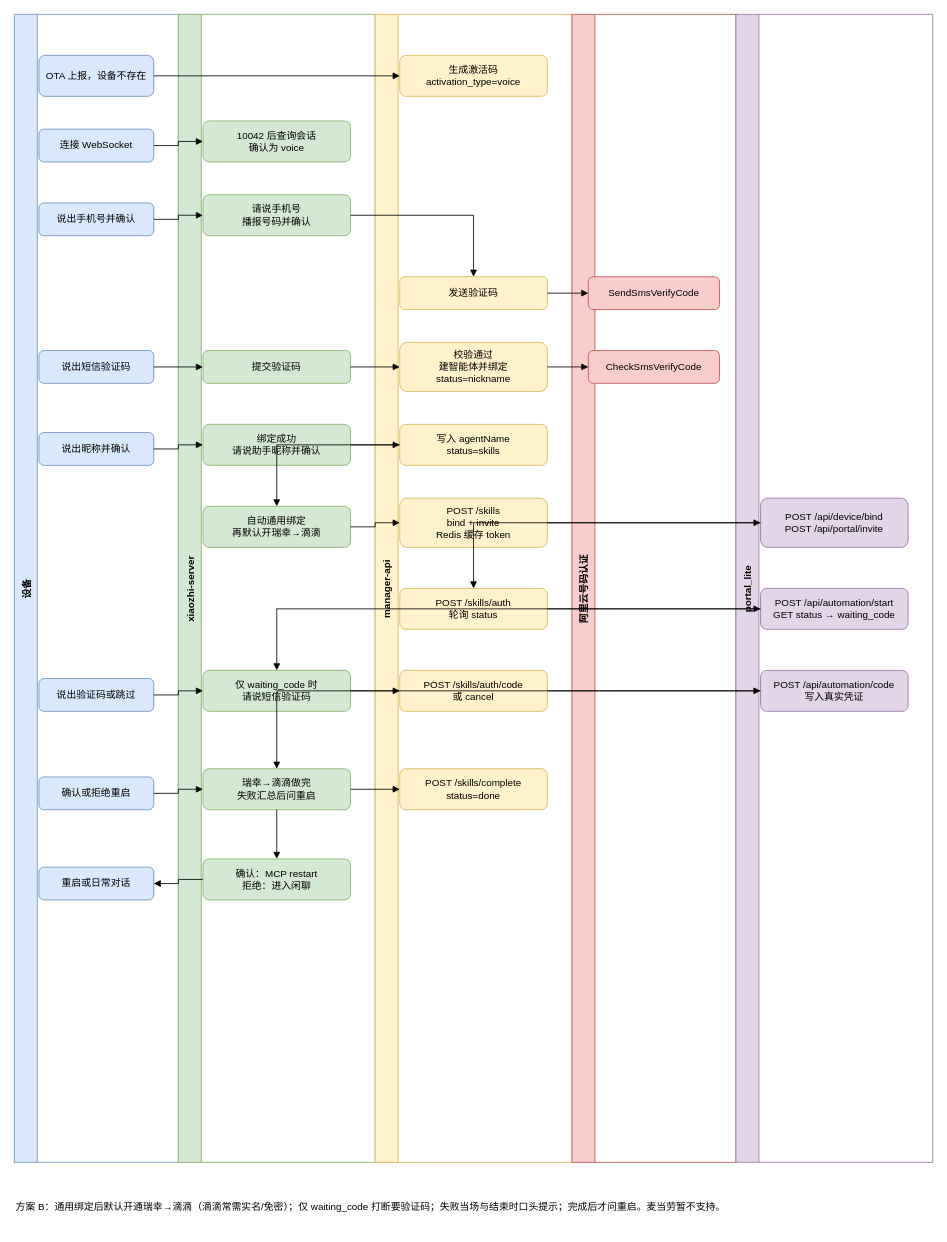
Above: docs/architecture/voice-activation.drawio in ElvisWangTech/xiaozhi-esp32-server (draw.io), before the change. Source tidied: cells renumbered, new cells numbered last; positions are measured from the earlier drawing's top-left corner, leaving out a move shared by most shapes. Both pictures are drawn from the tidied source at 82%, with x=0, y=0 at pixel (14, 14).
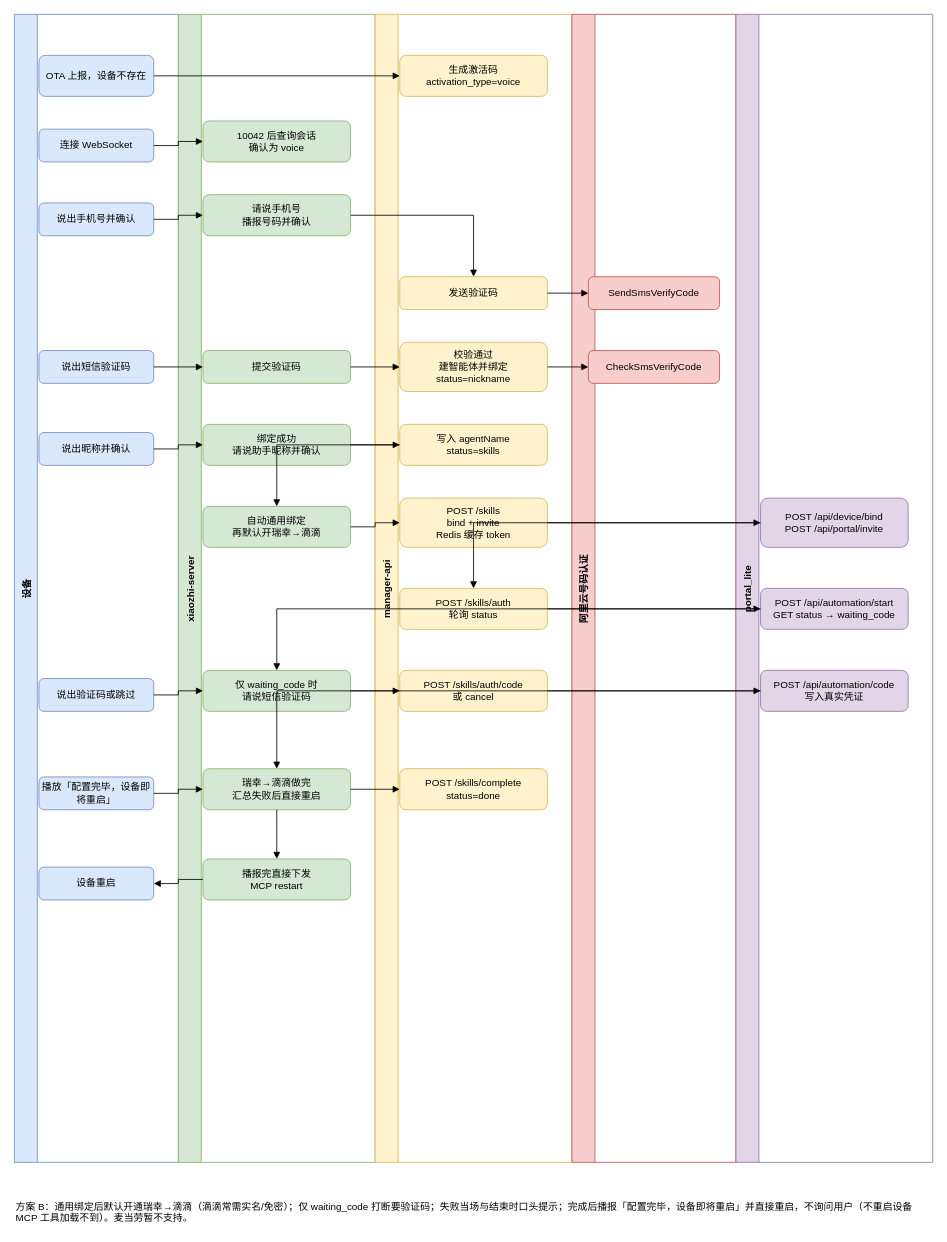
After the change.

Unchanged cells that the change refers to:
```xml
<mxCell id="2" value="设备" style="swimlane;horizontal=0;startSize=28;fillColor=#dae8fc;strokeColor=#6c8ebf;fontStyle=1;" parent="1" vertex="1">
  <mxGeometry width="200" height="1400" as="geometry" />
</mxCell>
<mxCell id="3" value="xiaozhi-server" style="swimlane;horizontal=0;startSize=28;fillColor=#d5e8d4;strokeColor=#82b366;fontStyle=1;" parent="1" vertex="1">
  <mxGeometry x="200" width="240" height="1400" as="geometry" />
</mxCell>
```

Change to the diagram source:
```diff
@@
-    <mxCell id="50" value="瑞幸→滴滴做完&#10;失败汇总后问重启" style="rounded=1;whiteSpace=wrap;html=1;fillColor=#d5e8d4;strokeColor=#82b366;" parent="3" vertex="1">
+    <mxCell id="50" value="瑞幸→滴滴做完&#10;汇总失败后直接重启" style="rounded=1;whiteSpace=wrap;html=1;fillColor=#d5e8d4;strokeColor=#82b366;" parent="3" vertex="1">
       <mxGeometry x="30" y="920" width="180" height="50" as="geometry" />
     </mxCell>
-    <mxCell id="51" value="确认或拒绝重启" style="rounded=1;whiteSpace=wrap;html=1;fillColor=#dae8fc;strokeColor=#6c8ebf;" parent="2" vertex="1">
+    <mxCell id="51" value="播放「配置完毕，设备即将重启」" style="rounded=1;whiteSpace=wrap;html=1;fillColor=#dae8fc;strokeColor=#6c8ebf;" parent="2" vertex="1">
       <mxGeometry x="30" y="930" width="140" height="40" as="geometry" />
     </mxCell>
@@
-    <mxCell id="56" value="确认：MCP restart&#10;拒绝：进入闲聊" style="rounded=1;whiteSpace=wrap;html=1;fillColor=#d5e8d4;strokeColor=#82b366;" parent="3" vertex="1">
+    <mxCell id="56" value="播报完直接下发&#10;MCP restart" style="rounded=1;whiteSpace=wrap;html=1;fillColor=#d5e8d4;strokeColor=#82b366;" parent="3" vertex="1">
       <mxGeometry x="30" y="1030" width="180" height="50" as="geometry" />
     </mxCell>
-    <mxCell id="57" value="重启或日常对话" style="rounded=1;whiteSpace=wrap;html=1;fillColor=#dae8fc;strokeColor=#6c8ebf;" parent="2" vertex="1">
+    <mxCell id="57" value="设备重启" style="rounded=1;whiteSpace=wrap;html=1;fillColor=#dae8fc;strokeColor=#6c8ebf;" parent="2" vertex="1">
       <mxGeometry x="30" y="1040" width="140" height="40" as="geometry" />
     </mxCell>
@@
-    <mxCell id="60" value="方案 B：通用绑定后默认开通瑞幸→滴滴（滴滴常需实名/免密）；仅 waiting_code 打断要验证码；失败当场与结束时口头提示；完成后才问重启。麦当劳暂不支持。" style="text;html=1;strokeColor=none;fillColor=none;align=left;verticalAlign=top;whiteSpace=wrap;rounded=0;" parent="1" vertex="1">
+    <mxCell id="60" value="方案 B：通用绑定后默认开通瑞幸→滴滴（滴滴常需实名/免密）；仅 waiting_code 打断要验证码；失败当场与结束时口头提示；完成后播报「配置完毕，设备即将重启」并直接重启，不询问用户（不重启设备 MCP 工具加载不到）。麦当劳暂不支持。" style="text;html=1;strokeColor=none;fillColor=none;align=left;verticalAlign=top;whiteSpace=wrap;rounded=0;" parent="1" vertex="1">
       <mxGeometry y="1440" width="1100" height="40" as="geometry" />
     </mxCell>
```
